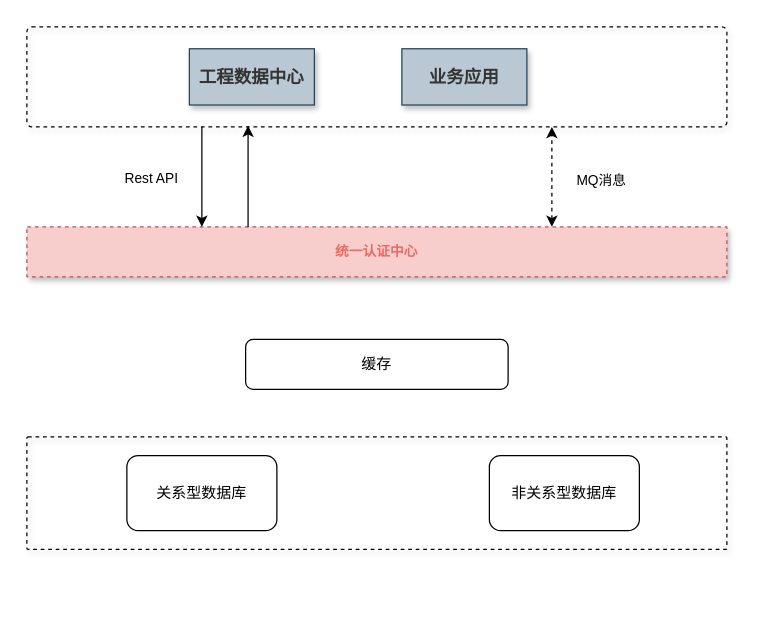
Above: page "第 1 页" (1 of 2) of 东庄信息化项目-统一权限管理-同步流程.drawio in sun-beijixing/drawio (draw.io), before the change. Source tidied: cells renumbered, new cells numbered last; positions are measured from the earlier drawing's top-left corner, leaving out a move shared by most shapes. Both pictures are drawn from the tidied source at 125%, with x=0, y=0 at pixel (26, 26).
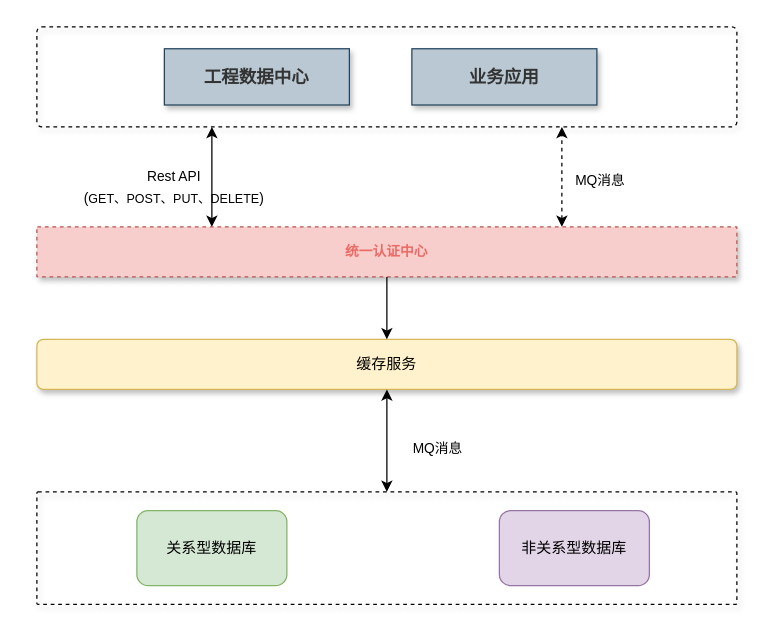
After the change.

Commit message (it also covers changes not shown here):
更新东庄信息化项目-统一权限管理-同步流程.drawio

The edit, as a diff of the source:
```diff
@@
 <mxGraphModel>
   <root>
     <mxCell id="0" />
     <mxCell id="1" parent="0" />
     <mxCell id="2" style="rounded=1;whiteSpace=wrap;html=1;shadow=1;fontSize=11;strokeWidth=1;fillColor=none;dashed=1;arcSize=5;" parent="1" vertex="1">
-      <mxGeometry width="560" height="80" as="geometry" />
+      <mxGeometry x="8" width="560" height="80" as="geometry" />
     </mxCell>
     <mxCell id="3" style="text;html=1;fillColor=#f8cecc;align=center;verticalAlign=middle;whiteSpace=wrap;fontSize=54;fontStyle=1;shadow=1;rounded=1;glass=0;sketch=0;arcSize=1;dashed=1;strokeWidth=1;strokeColor=#b85450;" parent="1" vertex="1">
-      <mxGeometry y="160" width="560" height="40" as="geometry" />
+      <mxGeometry x="8" y="160" width="560" height="40" as="geometry" />
     </mxCell>
-    <mxCell id="4" style="edgeStyle=orthogonalEdgeStyle;elbow=horizontal;endArrow=classic;html=1;rounded=0;jumpStyle=none;exitX=0.25;exitY=1;exitDx=0;exitDy=0;entryX=0.25;entryY=0;entryDx=0;entryDy=0;" parent="1" edge="1" source="2" target="3">
-      <mxGeometry relative="1" as="geometry" />
-    </mxCell>
     <mxCell id="5" value="&lt;b style=&quot;color: rgb(51, 51, 51); font-size: 14px;&quot;&gt;工程数据中心&lt;/b&gt;" style="rounded=0;whiteSpace=wrap;html=1;shadow=1;fontSize=11;strokeColor=#23445d;strokeWidth=1;fillColor=#bac8d3;" parent="1" vertex="1">
-      <mxGeometry x="130" y="17.5" width="100" height="45" as="geometry" />
+      <mxGeometry x="110" y="17.5" width="148" height="45" as="geometry" />
     </mxCell>
     <mxCell id="6" value="&lt;b style=&quot;color: rgb(51, 51, 51); font-size: 14px;&quot;&gt;业务应用&lt;/b&gt;" style="rounded=0;whiteSpace=wrap;html=1;shadow=1;fontSize=11;strokeColor=#23445d;strokeWidth=1;fillColor=#bac8d3;" parent="1" vertex="1">
-      <mxGeometry x="300" y="17.5" width="100" height="45" as="geometry" />
+      <mxGeometry x="308" y="17.5" width="148" height="45" as="geometry" />
     </mxCell>
     <mxCell id="7" value="&lt;b&gt;&lt;font color=&quot;#ea6b66&quot;&gt;统一认证中心&lt;/font&gt;&lt;/b&gt;" style="text;html=1;strokeColor=none;fillColor=none;align=center;verticalAlign=middle;whiteSpace=wrap;rounded=0;shadow=1;fontSize=11;" parent="1" vertex="1">
-      <mxGeometry x="210" y="168" width="140" height="24" as="geometry" />
+      <mxGeometry x="218" y="168" width="140" height="24" as="geometry" />
     </mxCell>
     <mxCell id="8" value="&lt;font style=&quot;font-size: 11px;&quot;&gt;MQ消息&lt;/font&gt;" style="text;html=1;strokeColor=none;fillColor=none;align=center;verticalAlign=middle;whiteSpace=wrap;rounded=0;shadow=1;fontSize=14;" parent="1" vertex="1">
-      <mxGeometry x="420" y="110" width="80" height="24" as="geometry" />
+      <mxGeometry x="428" y="110" width="62" height="24" as="geometry" />
     </mxCell>
     <mxCell id="9" style="endArrow=classic;startArrow=classic;html=1;rounded=0;dashed=1;fontSize=11;fontColor=#000000;strokeColor=#000000;jumpStyle=none;entryX=0.75;entryY=1;entryDx=0;entryDy=0;exitX=0.75;exitY=0;exitDx=0;exitDy=0;" parent="1" edge="1" source="3" target="2">
-      <mxGeometry relative="1" as="geometry" />
+      <mxGeometry relative="1" as="geometry">
+        <Array as="points">
+          <mxPoint x="428" y="124" />
+        </Array>
+      </mxGeometry>
     </mxCell>
     <mxCell id="10" style="text;html=1;fillColor=none;align=center;verticalAlign=middle;whiteSpace=wrap;fontSize=54;fontStyle=1;shadow=1;rounded=1;glass=0;sketch=0;arcSize=1;dashed=1;strokeWidth=1;strokeColor=default;" parent="1" vertex="1">
-      <mxGeometry y="328" width="560" height="90" as="geometry" />
+      <mxGeometry x="8" y="372" width="560" height="90" as="geometry" />
     </mxCell>
-    <mxCell id="11" value="关系型数据库" style="rounded=1;whiteSpace=wrap;html=1;" parent="1" vertex="1">
-      <mxGeometry x="80" y="343" width="120" height="60" as="geometry" />
+    <mxCell id="11" value="关系型数据库" style="rounded=1;whiteSpace=wrap;html=1;fillColor=#d5e8d4;strokeColor=#82b366;" parent="1" vertex="1">
+      <mxGeometry x="88" y="387" width="120" height="60" as="geometry" />
     </mxCell>
-    <mxCell id="12" value="非关系型数据库" style="rounded=1;whiteSpace=wrap;html=1;" parent="1" vertex="1">
-      <mxGeometry x="370" y="343" width="120" height="60" as="geometry" />
+    <mxCell id="12" value="非关系型数据库" style="rounded=1;whiteSpace=wrap;html=1;fillColor=#e1d5e7;strokeColor=#9673a6;" parent="1" vertex="1">
+      <mxGeometry x="378" y="387" width="120" height="60" as="geometry" />
     </mxCell>
-    <mxCell id="13" value="缓存" style="rounded=1;whiteSpace=wrap;html=1;" parent="1" vertex="1">
-      <mxGeometry x="175" y="250" width="210" height="40" as="geometry" />
+    <mxCell id="13" value="缓存服务" style="rounded=1;whiteSpace=wrap;html=1;fillColor=#fff2cc;strokeColor=#d6b656;shadow=1;arcSize=13;" parent="1" vertex="1">
+      <mxGeometry x="8" y="250" width="560" height="40" as="geometry" />
     </mxCell>
-    <mxCell id="14" value="&lt;font style=&quot;font-size: 11px;&quot;&gt;Rest API&lt;/font&gt;" style="text;html=1;strokeColor=none;fillColor=none;align=center;verticalAlign=middle;whiteSpace=wrap;rounded=0;shadow=1;fontSize=14;" parent="1" vertex="1">
-      <mxGeometry x="70" y="110" width="60" height="20" as="geometry" />
+    <mxCell id="14" value="&lt;font style=&quot;font-size: 11px;&quot;&gt;Rest API&lt;br&gt;(&lt;/font&gt;&lt;font style=&quot;font-size: 10px;&quot;&gt;GET、POST、PUT、DELETE&lt;/font&gt;&lt;font style=&quot;font-size: 11px;&quot;&gt;)&lt;br&gt;&lt;/font&gt;" style="text;html=1;strokeColor=none;fillColor=none;align=center;verticalAlign=middle;whiteSpace=wrap;rounded=0;shadow=1;fontSize=14;" parent="1" vertex="1">
+      <mxGeometry x="28" y="110" width="180" height="34" as="geometry" />
     </mxCell>
-    <mxCell id="15" style="edgeStyle=orthogonalEdgeStyle;elbow=horizontal;endArrow=classic;html=1;rounded=0;jumpStyle=none;entryX=0.316;entryY=0.988;entryDx=0;entryDy=0;exitX=0.316;exitY=0;exitDx=0;exitDy=0;exitPerimeter=0;entryPerimeter=0;" parent="1" edge="1" source="3" target="2">
+    <mxCell id="15" style="endArrow=classic;startArrow=classic;html=1;rounded=0;fontSize=11;fontColor=#000000;strokeColor=#000000;jumpStyle=none;entryX=0.25;entryY=1;entryDx=0;entryDy=0;exitX=0.25;exitY=0;exitDx=0;exitDy=0;" parent="1" edge="1" source="3" target="2">
       <mxGeometry relative="1" as="geometry" />
     </mxCell>
+    <mxCell id="16" style="endArrow=classic;html=1;rounded=0;fontSize=10;entryX=0.5;entryY=0;entryDx=0;entryDy=0;exitX=0.5;exitY=1;exitDx=0;exitDy=0;" parent="1" edge="1" source="3" target="13">
+      <mxGeometry relative="1" as="geometry" />
+    </mxCell>
+    <mxCell id="17" style="endArrow=classic;startArrow=classic;html=1;rounded=0;fontSize=11;fontColor=#000000;strokeColor=#000000;jumpStyle=none;entryX=0.5;entryY=1;entryDx=0;entryDy=0;exitX=0.5;exitY=0;exitDx=0;exitDy=0;" parent="1" edge="1" source="10" target="13">
+      <mxGeometry relative="1" as="geometry" />
+    </mxCell>
+    <mxCell id="18" value="&lt;font style=&quot;font-size: 11px;&quot;&gt;MQ消息&lt;/font&gt;" style="text;html=1;strokeColor=none;fillColor=none;align=center;verticalAlign=middle;whiteSpace=wrap;rounded=0;shadow=1;fontSize=14;" parent="1" vertex="1">
+      <mxGeometry x="298" y="324" width="62" height="24" as="geometry" />
+    </mxCell>
   </root>
 </mxGraphModel>
```
